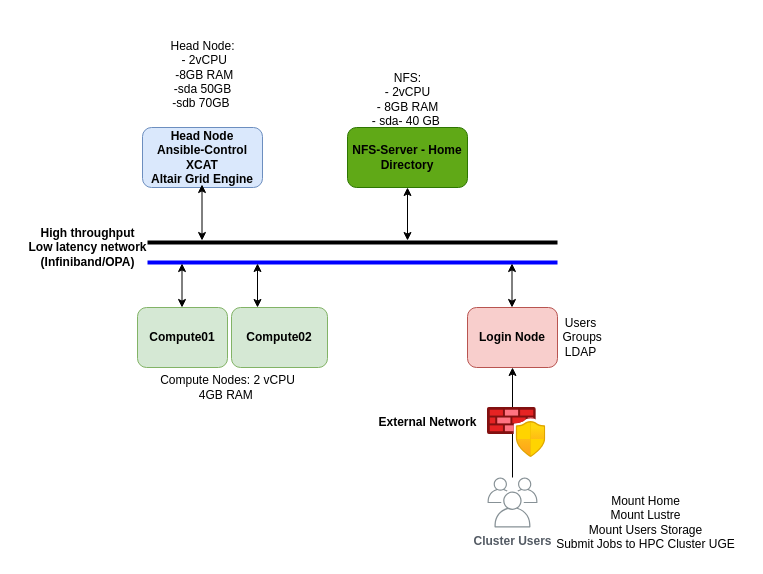
Above: Cluster-Topology.drawio in harunaadoga/hpc_cluster_build (draw.io), before the change. Source tidied: cells renumbered, new cells numbered last; positions are measured from the earlier drawing's top-left corner, leaving out a move shared by most shapes. Both pictures are drawn from the tidied source at 100%, with x=0, y=0 at pixel (17, 17).
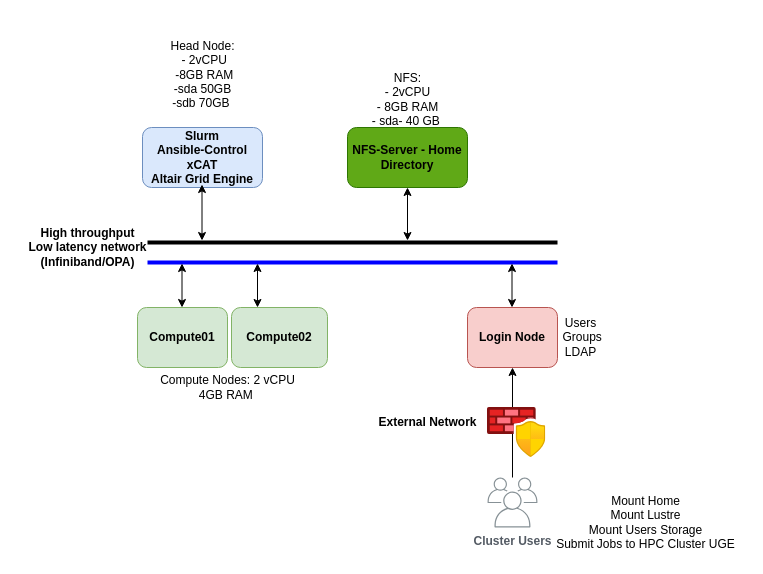
After the change.

Diff of the diagram source:
```diff
@@
-    <mxCell id="3" value="&lt;b&gt;Head Node&lt;br&gt;Ansible-Control&lt;br&gt;XCAT&lt;br&gt;Altair Grid Engine&lt;br&gt;&lt;/b&gt;" style="rounded=1;whiteSpace=wrap;html=1;fillColor=#dae8fc;strokeColor=#6c8ebf;" parent="1" vertex="1">
+    <mxCell id="3" value="&lt;b&gt;Slurm&lt;br&gt;Ansible-Control&lt;br&gt;xCAT&lt;br&gt;Altair Grid Engine&lt;br&gt;&lt;/b&gt;" style="rounded=1;whiteSpace=wrap;html=1;fillColor=#dae8fc;strokeColor=#6c8ebf;" parent="1" vertex="1">
       <mxGeometry x="125" y="110" width="120" height="60" as="geometry" />
     </mxCell>
```
